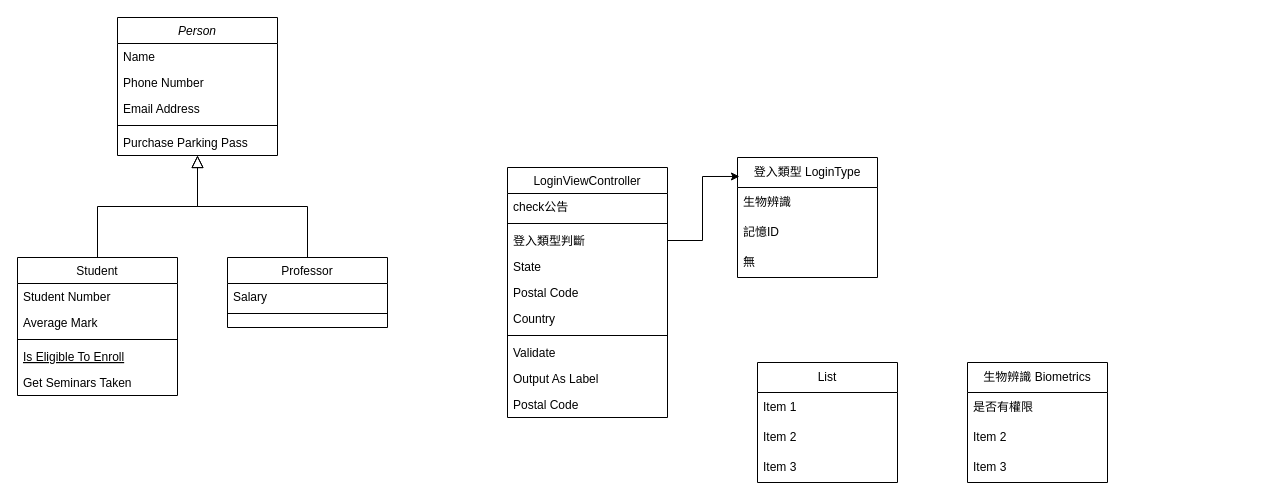
This is page "Page-1" (1 of 2) of 2/登入.drawio from CapitalMobile/swift_giselle_practice, a draw.io file, before an edit. Source tidied: cells renumbered, new cells numbered last; positions are measured from the earlier drawing's top-left corner, leaving out a move shared by most shapes. Both pictures are drawn from the tidied source at 100%, with x=0, y=0 at pixel (17, 17).
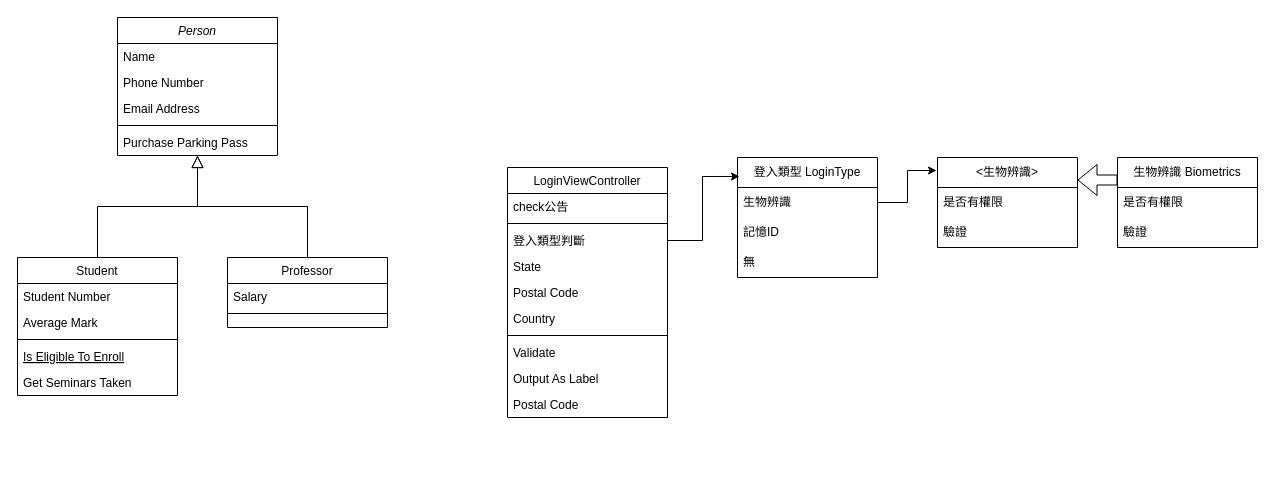
The same page after the edit.

The change refers to these unchanged cells:
```xml
<mxCell id="31" value="生物辨識" style="text;strokeColor=none;fillColor=none;align=left;verticalAlign=middle;spacingLeft=4;spacingRight=4;overflow=hidden;points=[[0,0.5],[1,0.5]];portConstraint=eastwest;whiteSpace=wrap;html=1;" parent="30" vertex="1">
  <mxGeometry y="30" width="140" height="30" as="geometry" />
</mxCell>
```

The edit, as a diff of the source:
```diff
@@
+    <mxCell id="43" style="edgeStyle=orthogonalEdgeStyle;rounded=0;jettySize=auto;html=1;exitX=0;exitY=0.25;exitDx=0;exitDy=0;entryX=1;entryY=0.25;entryDx=0;entryDy=0;shape=flexArrow;" parent="1" edge="1" source="35" target="39">
+      <mxGeometry relative="1" as="geometry" />
+    </mxCell>
     <mxCell id="35" value="生物辨識 Biometrics" style="swimlane;fontStyle=0;horizontal=1;startSize=30;whiteSpace=wrap;html=1;" parent="1" vertex="1">
-      <mxGeometry x="950" y="345" width="140" height="120" as="geometry" />
+      <mxGeometry x="1100" y="140" width="140" height="90" as="geometry" />
     </mxCell>
@@
-    <mxCell id="37" value="Item 2" style="text;strokeColor=none;fillColor=none;align=left;verticalAlign=middle;spacingLeft=4;spacingRight=4;overflow=hidden;whiteSpace=wrap;html=1;" parent="35" vertex="1">
+    <mxCell id="37" value="驗證" style="text;strokeColor=none;fillColor=none;align=left;verticalAlign=middle;spacingLeft=4;spacingRight=4;overflow=hidden;whiteSpace=wrap;html=1;" parent="35" vertex="1">
       <mxGeometry y="60" width="140" height="30" as="geometry" />
     </mxCell>
-    <mxCell id="38" value="Item 3" style="text;strokeColor=none;fillColor=none;align=left;verticalAlign=middle;spacingLeft=4;spacingRight=4;overflow=hidden;whiteSpace=wrap;html=1;" parent="35" vertex="1">
-      <mxGeometry y="90" width="140" height="30" as="geometry" />
-    </mxCell>
-    <mxCell id="39" value="List" style="swimlane;fontStyle=0;horizontal=1;startSize=30;whiteSpace=wrap;html=1;" parent="1" vertex="1">
-      <mxGeometry x="740" y="345" width="140" height="120" as="geometry" />
+    <mxCell id="39" value="&amp;lt;生物辨識&amp;gt;" style="swimlane;fontStyle=0;horizontal=1;startSize=30;whiteSpace=wrap;html=1;" parent="1" vertex="1">
+      <mxGeometry x="920" y="140" width="140" height="90" as="geometry" />
     </mxCell>
-    <mxCell id="40" value="Item 1" style="text;strokeColor=none;fillColor=none;align=left;verticalAlign=middle;spacingLeft=4;spacingRight=4;overflow=hidden;whiteSpace=wrap;html=1;" parent="39" vertex="1">
+    <mxCell id="40" value="是否有權限" style="text;strokeColor=none;fillColor=none;align=left;verticalAlign=middle;spacingLeft=4;spacingRight=4;overflow=hidden;whiteSpace=wrap;html=1;" parent="39" vertex="1">
       <mxGeometry y="30" width="140" height="30" as="geometry" />
     </mxCell>
-    <mxCell id="41" value="Item 2" style="text;strokeColor=none;fillColor=none;align=left;verticalAlign=middle;spacingLeft=4;spacingRight=4;overflow=hidden;whiteSpace=wrap;html=1;" parent="39" vertex="1">
+    <mxCell id="41" value="驗證" style="text;strokeColor=none;fillColor=none;align=left;verticalAlign=middle;spacingLeft=4;spacingRight=4;overflow=hidden;whiteSpace=wrap;html=1;" parent="39" vertex="1">
       <mxGeometry y="60" width="140" height="30" as="geometry" />
     </mxCell>
-    <mxCell id="42" value="Item 3" style="text;strokeColor=none;fillColor=none;align=left;verticalAlign=middle;spacingLeft=4;spacingRight=4;overflow=hidden;whiteSpace=wrap;html=1;" parent="39" vertex="1">
-      <mxGeometry y="90" width="140" height="30" as="geometry" />
-    </mxCell>
+    <mxCell id="44" style="edgeStyle=orthogonalEdgeStyle;rounded=0;jettySize=auto;html=1;entryX=-0.007;entryY=0.144;entryDx=0;entryDy=0;entryPerimeter=0;" parent="1" edge="1" source="31" target="39">
+      <mxGeometry relative="1" as="geometry" />
+    </mxCell>
```
